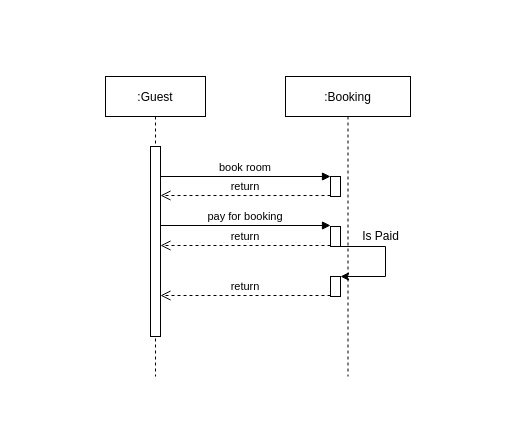
Earlier version of the draw.io diagram hotel-management-interaction-diagram.drawio (syndaez/hotel-management). Source tidied: cells renumbered, new cells numbered last; positions are measured from the earlier drawing's top-left corner, leaving out a move shared by most shapes. Both pictures are drawn from the tidied source at 100%, with x=0, y=0 at pixel (105, 76).
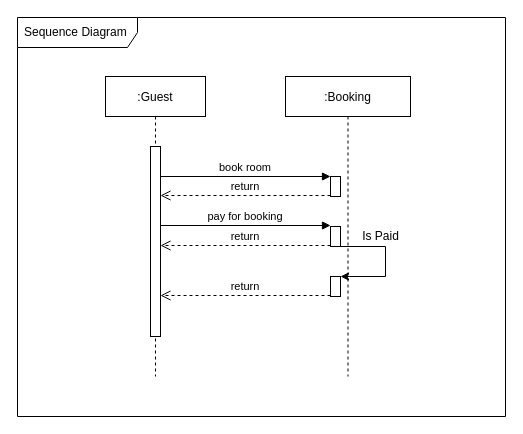
Above is the later version.

The edit, as a diff of the source:
```diff
@@
+    <mxCell id="15" value="Sequence Diagram" style="shape=umlFrame;whiteSpace=wrap;html=1;width=120;height=30;boundedLbl=1;verticalAlign=middle;align=left;spacingLeft=5;" parent="1" vertex="1">
+      <mxGeometry x="-88" y="-59" width="488" height="399" as="geometry" />
+    </mxCell>
```
